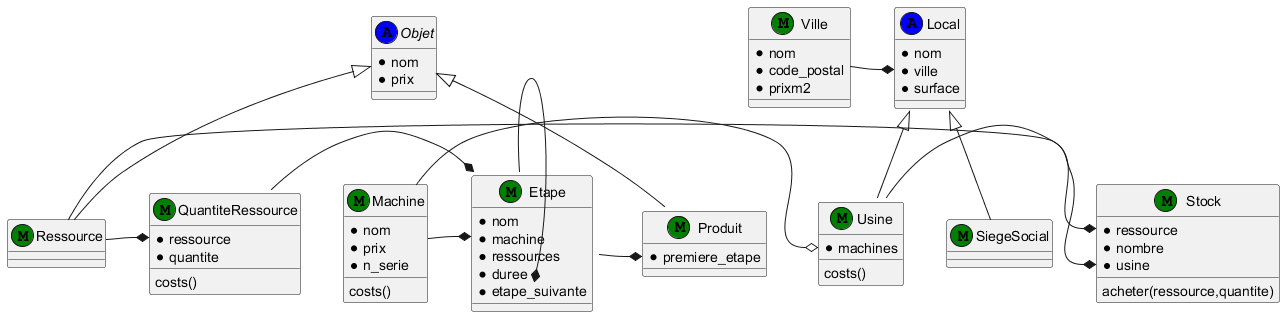
Above: crayon/UMLcrayon.png in AntnGP/CrayonM2ISTR_AGP_HA (PlantUML), before the change.
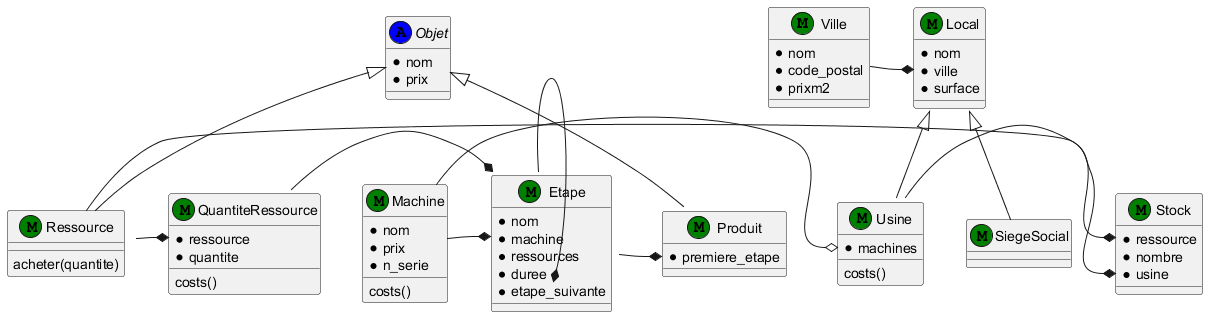
The same file after the commit.

Commit message:
Ajout méthode acheter

Change to the diagram source:
```diff
@@ -6,7 +6,7 @@
     *prixm2
 }
 
-class Local << (A,blue) >> {
+class Local << (M,green) >> {
     *nom
     *ville
     *surface
@@ -37,6 +37,7 @@
 }
 
 class Ressource << (M,green) >> {
+     acheter(quantite)
 }
 
 class QuantiteRessource << (M,green) >> {
@@ -49,7 +50,6 @@
     *ressource
     *nombre
     *usine
-     acheter(ressource,quantite)
 }
 
 class Etape << (M,green) >> {
```
